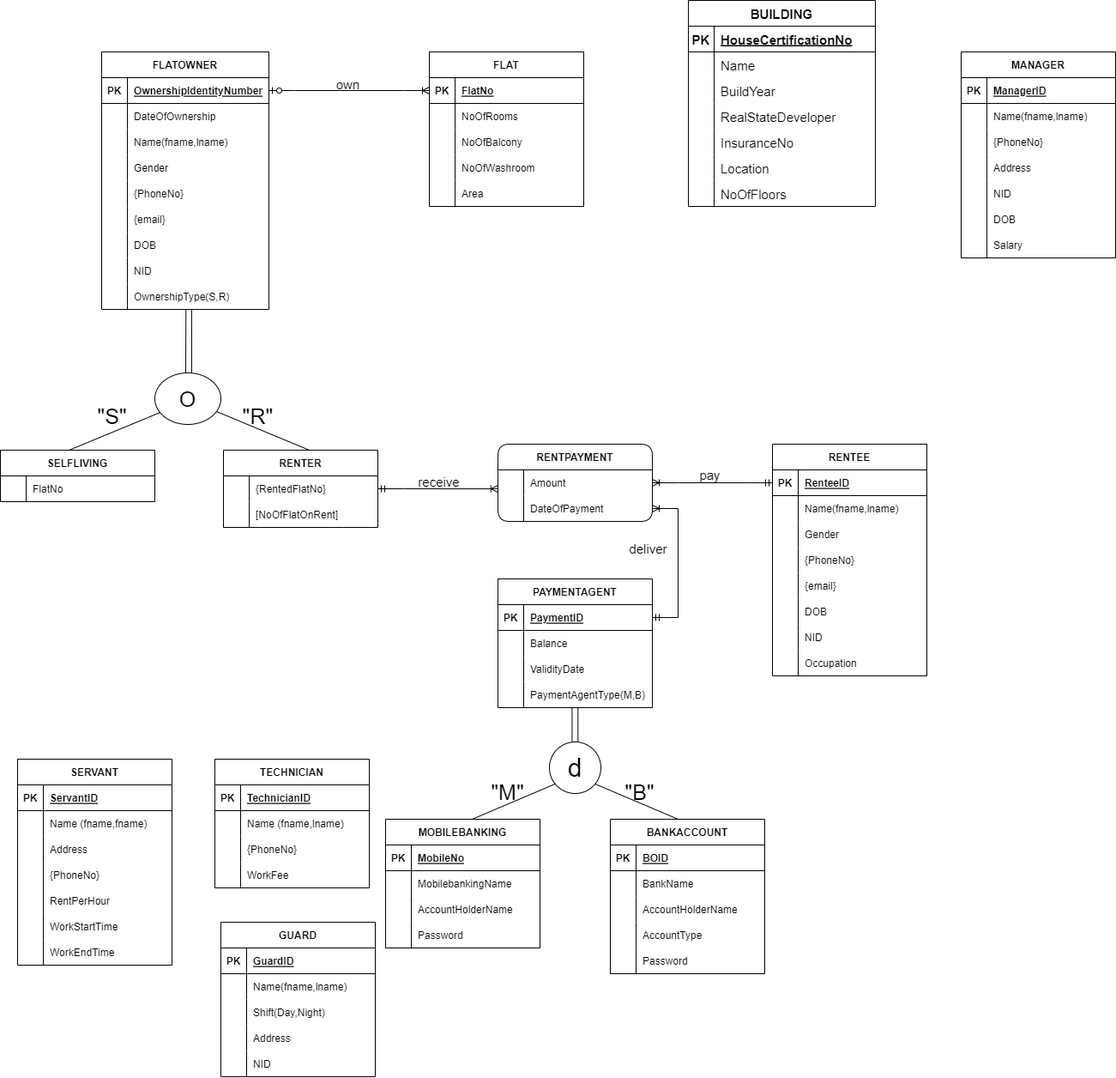
toushifhossain1/Residential-Management-and-Monitoring-System keeps this draw.io diagram as EERD.png. Above is the earlier version. Source tidied: cells renumbered, new cells last; positions are measured from the earlier drawing's top-left corner, leaving out a move shared by most shapes.
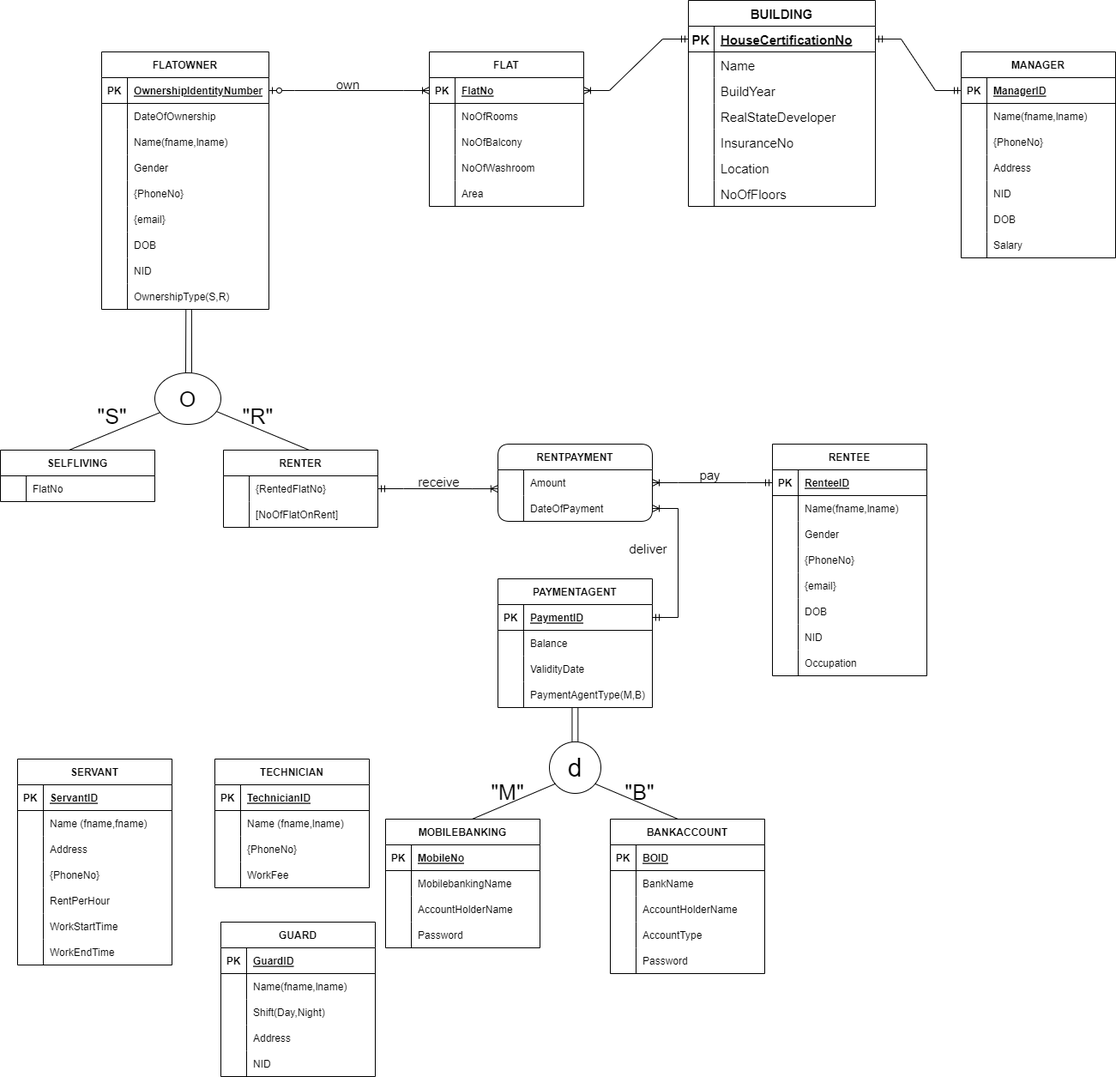
Later version of the same file.

What changed in the source:
```diff
@@ -750,5 +750,11 @@
     <mxCell id="247" value="NoOfFloors" style="shape=partialRectangle;fillColor=none;top=0;left=0;bottom=0;right=0;align=left;spacingLeft=6;overflow=hidden;rounded=1;fontSize=15;" parent="245" vertex="1">
       <mxGeometry x="30" width="188" height="30" as="geometry" />
     </mxCell>
+    <mxCell id="248" style="edgeStyle=entityRelationEdgeStyle;fontSize=12;html=1;endArrow=ERoneToMany;startArrow=ERmandOne;rounded=0;" parent="1" edge="1" source="227" target="116">
+      <mxGeometry relative="1" as="geometry" />
+    </mxCell>
+    <mxCell id="249" style="edgeStyle=entityRelationEdgeStyle;fontSize=12;html=1;endArrow=ERmandOne;startArrow=ERmandOne;rounded=0;" parent="1" edge="1" source="227" target="161">
+      <mxGeometry relative="1" as="geometry" />
+    </mxCell>
   </root>
 </mxGraphModel>
```
